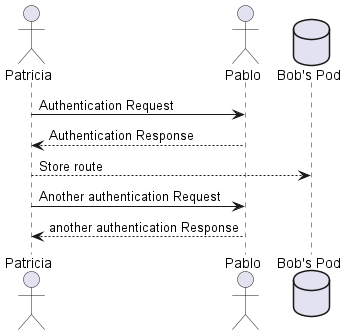
Before: images/Sequence diagram.png, a diagram exported from PlantUML (Arquisoft/lomap_en2a).
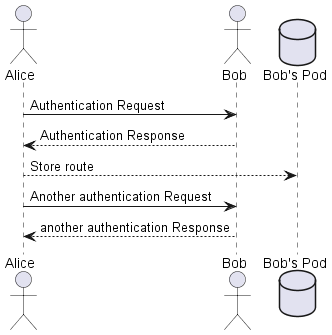
The same file after the commit.

What changed in the source:
```diff
@@ -1,10 +1,10 @@
 @startuml
-actor Patricia
-actor Pablo
+actor Alice
+actor Bob
 database Pod as "Bob's Pod"
-Patricia -> Pablo: Authentication Request
-Pablo --> Patricia: Authentication Response
-Patricia  --> Pod: Store route
-Patricia -> Pablo: Another authentication Request
-Patricia <-- Pablo: another authentication Response
+Alice -> Bob: Authentication Request
+Bob --> Alice: Authentication Response
+Alice  --> Pod: Store route
+Alice -> Bob: Another authentication Request
+Alice <-- Bob: another authentication Response
 @enduml
```
